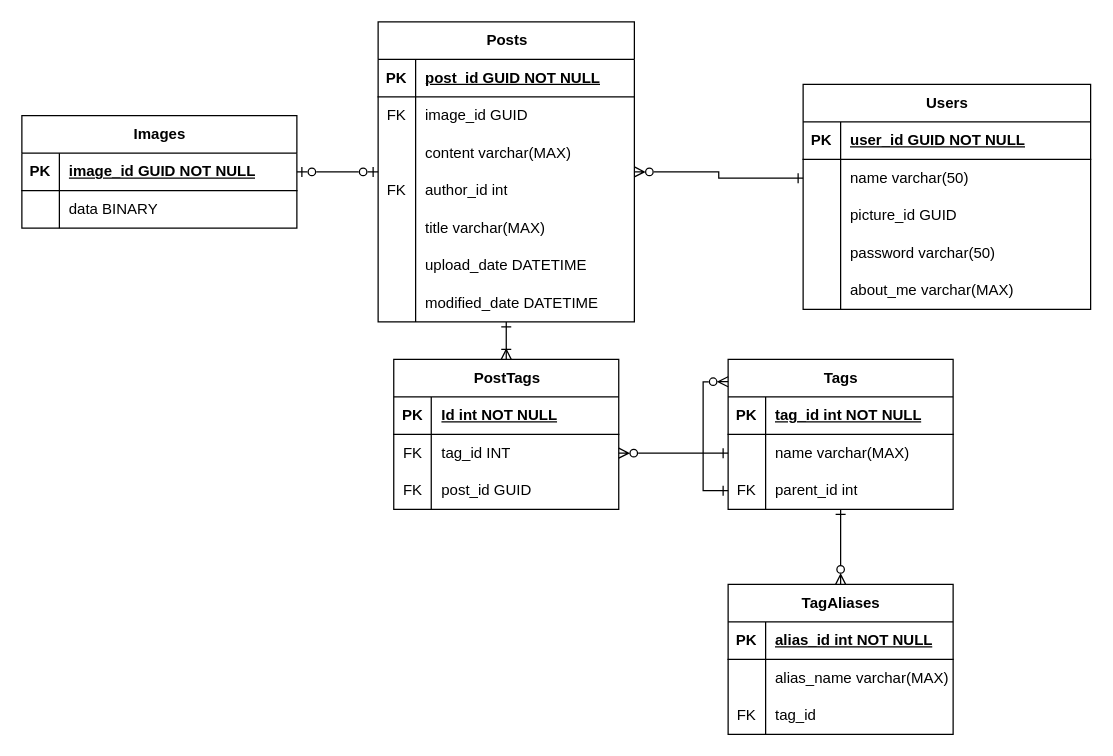
Earlier version of the draw.io diagram cadian-archives.drawio (andero-magi/cadian-archive). Source tidied: cells renumbered, new cells numbered last; positions are measured from the earlier drawing's top-left corner, leaving out a move shared by most shapes. Both pictures are drawn from the tidied source at 125%, with x=0, y=0 at pixel (21, 21).
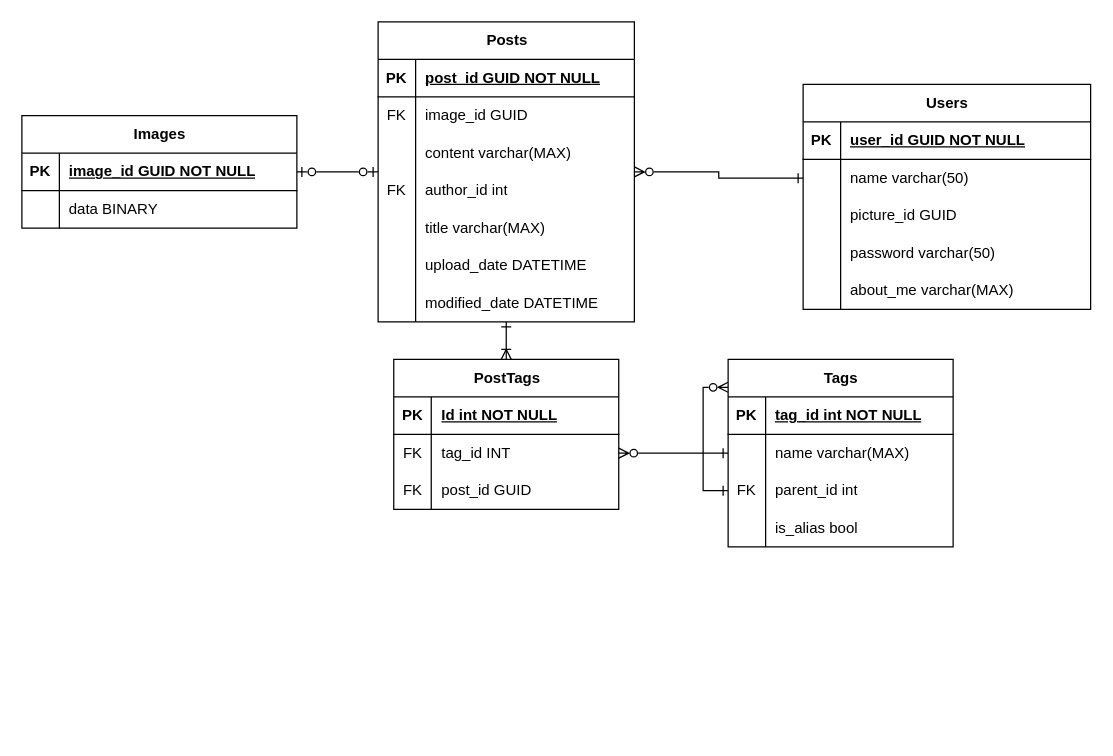
After the change.

Diff of the diagram source:
```diff
@@
     <mxCell id="35" value="Tags" style="shape=table;startSize=30;childLayout=tableLayout;rowLines=0;fontStyle=1;align=center;html=1;" parent="1" vertex="1">
-      <mxGeometry x="565" y="270" width="180" height="120" as="geometry" />
+      <mxGeometry x="565" y="270" width="180" height="150" as="geometry" />
     </mxCell>
@@
+    <mxCell id="83" style="shape=tableRow;horizontal=0;startSize=0;swimlaneHead=0;swimlaneBody=0;fillColor=none;top=0;left=0;right=0;bottom=0;" parent="35" vertex="1">
+      <mxGeometry y="120" width="180" height="30" as="geometry" />
+    </mxCell>
+    <mxCell id="71" style="shape=partialRectangle;fillColor=none;top=0;left=0;bottom=0;right=0;overflow=hidden;whiteSpace=wrap;html=1;" parent="83" vertex="1">
+      <mxGeometry width="30" height="30" as="geometry" />
+    </mxCell>
+    <mxCell id="84" value="is_alias bool" style="shape=partialRectangle;fillColor=none;top=0;left=0;bottom=0;right=0;align=left;spacingLeft=6;overflow=hidden;whiteSpace=wrap;html=1;" parent="83" vertex="1">
+      <mxGeometry x="30" width="150" height="30" as="geometry" />
+    </mxCell>
@@
-    <mxCell id="65" style="edgeStyle=orthogonalEdgeStyle;rounded=0;jettySize=auto;html=1;startArrow=ERzeroToMany;startFill=0;endArrow=ERone;endFill=0;" parent="1" edge="1" source="66" target="35">
-      <mxGeometry relative="1" as="geometry" />
-    </mxCell>
-    <mxCell id="66" value="TagAliases" style="shape=table;startSize=30;childLayout=tableLayout;rowLines=0;fontStyle=1;align=center;html=1;" parent="1" vertex="1">
-      <mxGeometry x="565" y="450" width="180" height="120" as="geometry" />
-    </mxCell>
-    <mxCell id="67" style="shape=tableRow;horizontal=0;startSize=0;swimlaneHead=0;swimlaneBody=0;fillColor=none;top=0;left=0;right=0;bottom=1;" parent="66" vertex="1">
-      <mxGeometry y="30" width="180" height="30" as="geometry" />
-    </mxCell>
-    <mxCell id="68" value="PK" style="shape=partialRectangle;fillColor=none;top=0;left=0;bottom=0;right=0;fontStyle=1;overflow=hidden;whiteSpace=wrap;html=1;" parent="67" vertex="1">
-      <mxGeometry width="30" height="30" as="geometry" />
-    </mxCell>
-    <mxCell id="69" value="alias_id int NOT NULL" style="shape=partialRectangle;fillColor=none;top=0;left=0;bottom=0;right=0;align=left;spacingLeft=6;fontStyle=5;overflow=hidden;whiteSpace=wrap;html=1;" parent="67" vertex="1">
-      <mxGeometry x="30" width="150" height="30" as="geometry" />
-    </mxCell>
-    <mxCell id="70" style="shape=tableRow;horizontal=0;startSize=0;swimlaneHead=0;swimlaneBody=0;fillColor=none;top=0;left=0;right=0;bottom=0;" parent="66" vertex="1">
-      <mxGeometry y="60" width="180" height="30" as="geometry" />
-    </mxCell>
-    <mxCell id="71" style="shape=partialRectangle;fillColor=none;top=0;left=0;bottom=0;right=0;overflow=hidden;whiteSpace=wrap;html=1;" parent="70" vertex="1">
-      <mxGeometry width="30" height="30" as="geometry" />
-    </mxCell>
-    <mxCell id="72" value="alias_name varchar(MAX)" style="shape=partialRectangle;fillColor=none;top=0;left=0;bottom=0;right=0;align=left;spacingLeft=6;overflow=hidden;whiteSpace=wrap;html=1;" parent="70" vertex="1">
-      <mxGeometry x="30" width="150" height="30" as="geometry" />
-    </mxCell>
-    <mxCell id="73" style="shape=tableRow;horizontal=0;startSize=0;swimlaneHead=0;swimlaneBody=0;fillColor=none;top=0;left=0;right=0;bottom=0;" parent="66" vertex="1">
-      <mxGeometry y="90" width="180" height="30" as="geometry" />
-    </mxCell>
-    <mxCell id="74" value="FK" style="shape=partialRectangle;fillColor=none;top=0;left=0;bottom=0;right=0;overflow=hidden;whiteSpace=wrap;html=1;" parent="73" vertex="1">
-      <mxGeometry width="30" height="30" as="geometry" />
-    </mxCell>
-    <mxCell id="75" value="tag_id&amp;nbsp;" style="shape=partialRectangle;fillColor=none;top=0;left=0;bottom=0;right=0;align=left;spacingLeft=6;overflow=hidden;whiteSpace=wrap;html=1;" parent="73" vertex="1">
-      <mxGeometry x="30" width="150" height="30" as="geometry" />
-    </mxCell>
```
